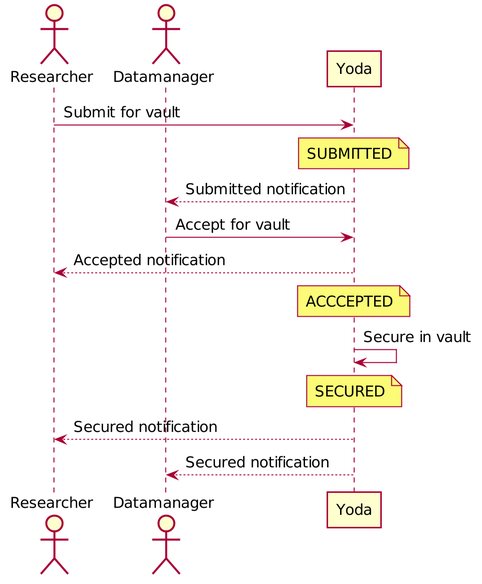
The PlantUML diagram docs/design/img/research-space-sequence-diagram.png in UtrechtUniversity/yoda, before a commit. The source it was exported from:
```plantuml
@startuml

skinparam defaultFontName CMU Serif
skinparam defaultFontSize 15
skinparam padding 2
skinparam shadowing false
skinparam dpi 200

actor       Researcher  as researcher
actor       Datamanager as datamanager
participant Yoda        as yoda

researcher   -> yoda        : Submit for vault
note over yoda              : SUBMITTED
yoda        --> datamanager : Submitted notification
datamanager  -> yoda        : Accept for vault
yoda        --> researcher  : Accepted notification
note over yoda              : ACCCEPTED
yoda         -> yoda        : Secure in vault
note over yoda              : SECURED
yoda        --> researcher  : Secured notification
yoda        --> datamanager : Secured notification
@enduml
```
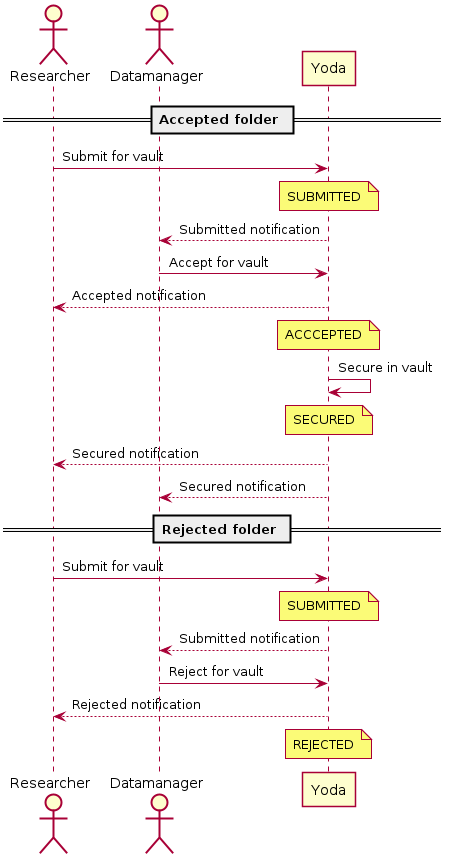
The same diagram one commit later.

Commit message:
Add unhappy flows in research and vault sequence diagrams.

The edit, as a diff of the source:
```diff
@@ -1,15 +1,12 @@
 @startuml
-
-skinparam defaultFontName CMU Serif
-skinparam defaultFontSize 15
 skinparam padding 2
 skinparam shadowing false
-skinparam dpi 200
 
 actor       Researcher  as researcher
 actor       Datamanager as datamanager
 participant Yoda        as yoda
 
+== Accepted folder ==
 researcher   -> yoda        : Submit for vault
 note over yoda              : SUBMITTED
 yoda        --> datamanager : Submitted notification
@@ -20,4 +17,11 @@
 note over yoda              : SECURED
 yoda        --> researcher  : Secured notification
 yoda        --> datamanager : Secured notification
+== Rejected folder ==
+researcher   -> yoda        : Submit for vault
+note over yoda              : SUBMITTED
+yoda        --> datamanager : Submitted notification
+datamanager  -> yoda        : Reject for vault
+yoda        --> researcher  : Rejected notification
+note over yoda              : REJECTED
 @enduml
```
